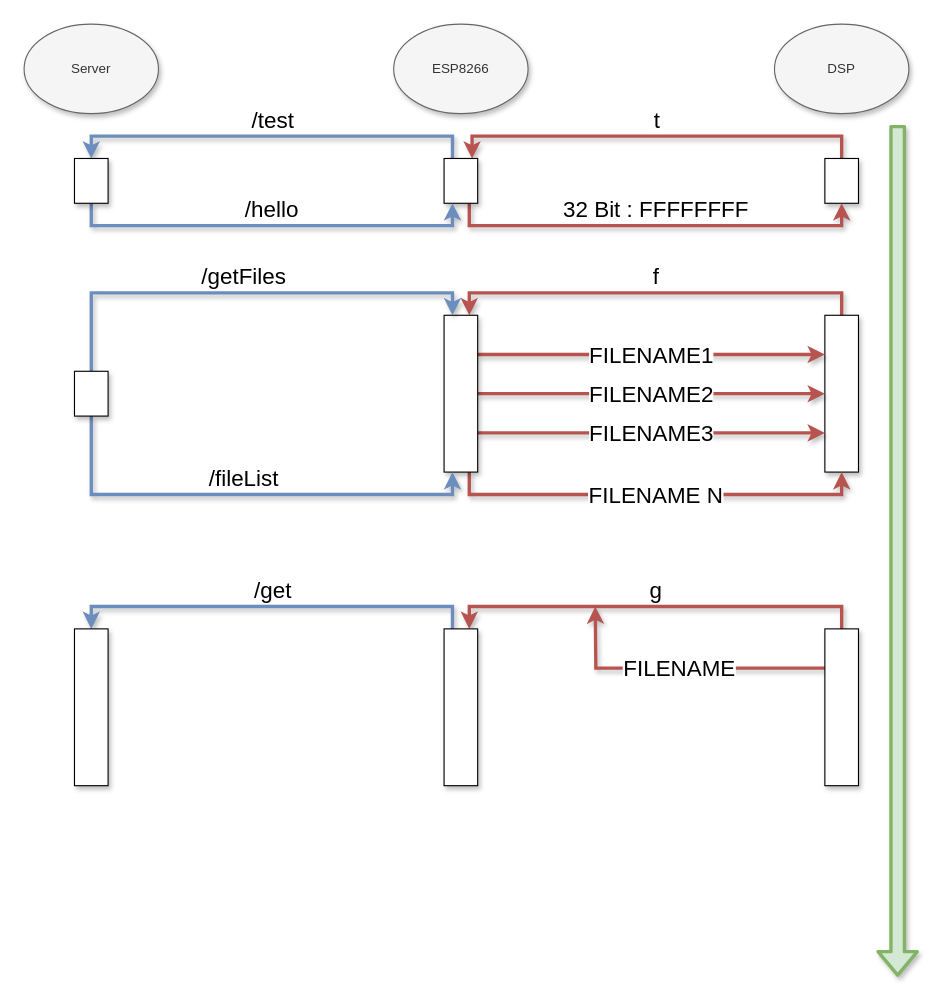
Before: OSC.drawio in BadGitZ/Wav-Streaming-Player, a draw.io diagram. Source tidied: cells renumbered, new cells numbered last; positions are measured from the earlier drawing's top-left corner, leaving out a move shared by most shapes. Both pictures are drawn from the tidied source at 112%, with x=0, y=0 at pixel (24, 24).
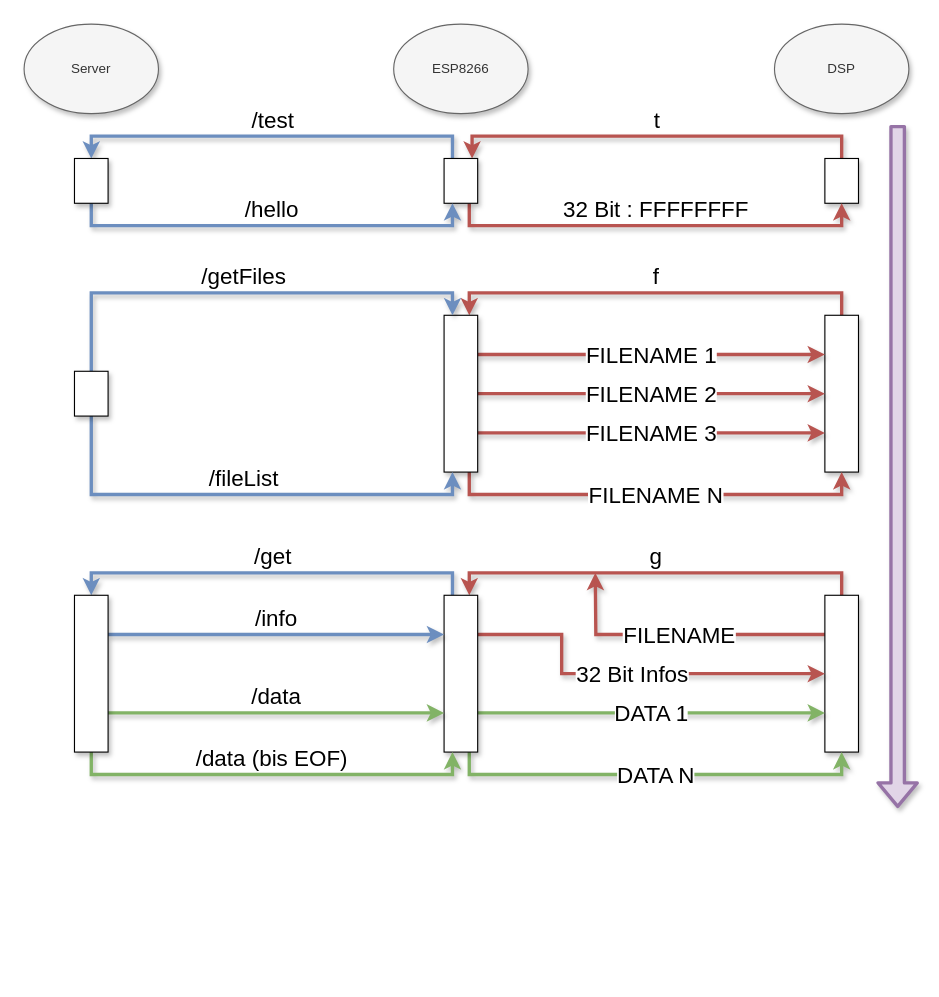
The same diagram, later.

Unchanged cells that the change refers to:
```xml
<mxCell id="13" style="rounded=0;whiteSpace=wrap;html=1;shadow=1;" parent="1" vertex="1">
  <mxGeometry x="715" y="260" width="30" height="140" as="geometry" />
</mxCell>
<mxCell id="18" style="rounded=0;whiteSpace=wrap;html=1;shadow=1;" parent="1" vertex="1">
  <mxGeometry x="375" y="260" width="30" height="140" as="geometry" />
</mxCell>
```

What changed in the source:
```diff
@@
-    <mxCell id="14" value="FILENAME1" style="edgeStyle=orthogonalEdgeStyle;rounded=0;jettySize=auto;html=1;exitX=1;exitY=0.25;exitDx=0;exitDy=0;entryX=0;entryY=0.25;entryDx=0;entryDy=0;shadow=1;strokeWidth=3;fontSize=20;fillColor=#f8cecc;strokeColor=#b85450;" parent="1" edge="1" source="18" target="13">
+    <mxCell id="14" value="FILENAME 1" style="edgeStyle=orthogonalEdgeStyle;rounded=0;jettySize=auto;html=1;exitX=1;exitY=0.25;exitDx=0;exitDy=0;entryX=0;entryY=0.25;entryDx=0;entryDy=0;shadow=1;strokeWidth=3;fontSize=20;fillColor=#f8cecc;strokeColor=#b85450;" parent="1" edge="1" source="18" target="13">
       <mxGeometry relative="1" as="geometry" />
     </mxCell>
-    <mxCell id="15" value="FILENAME2" style="edgeStyle=orthogonalEdgeStyle;rounded=0;jettySize=auto;html=1;exitX=1;exitY=0.5;exitDx=0;exitDy=0;entryX=0;entryY=0.5;entryDx=0;entryDy=0;shadow=1;strokeWidth=3;fontSize=20;fillColor=#f8cecc;strokeColor=#b85450;" parent="1" edge="1" source="18" target="13">
+    <mxCell id="15" value="FILENAME 2" style="edgeStyle=orthogonalEdgeStyle;rounded=0;jettySize=auto;html=1;exitX=1;exitY=0.5;exitDx=0;exitDy=0;entryX=0;entryY=0.5;entryDx=0;entryDy=0;shadow=1;strokeWidth=3;fontSize=20;fillColor=#f8cecc;strokeColor=#b85450;" parent="1" edge="1" source="18" target="13">
       <mxGeometry relative="1" as="geometry" />
     </mxCell>
-    <mxCell id="16" value="FILENAME3" style="edgeStyle=orthogonalEdgeStyle;rounded=0;jettySize=auto;html=1;exitX=1;exitY=0.75;exitDx=0;exitDy=0;entryX=0;entryY=0.75;entryDx=0;entryDy=0;shadow=1;strokeWidth=3;fontSize=20;fillColor=#f8cecc;strokeColor=#b85450;" parent="1" edge="1" source="18" target="13">
+    <mxCell id="16" value="FILENAME 3" style="edgeStyle=orthogonalEdgeStyle;rounded=0;jettySize=auto;html=1;exitX=1;exitY=0.75;exitDx=0;exitDy=0;entryX=0;entryY=0.75;entryDx=0;entryDy=0;shadow=1;strokeWidth=3;fontSize=20;fillColor=#f8cecc;strokeColor=#b85450;" parent="1" edge="1" source="18" target="13">
       <mxGeometry relative="1" as="geometry" />
     </mxCell>
@@
-    <mxCell id="22" style="shape=flexArrow;endArrow=classic;html=1;shadow=1;strokeWidth=3;fontSize=20;fillColor=#d5e8d4;strokeColor=#82b366;" parent="1" edge="1">
+    <mxCell id="22" style="shape=flexArrow;endArrow=classic;html=1;shadow=1;strokeWidth=3;fontSize=20;fillColor=#e1d5e7;strokeColor=#9673a6;" parent="1" edge="1">
       <mxGeometry relative="1" as="geometry">
         <mxPoint x="780" y="90" as="sourcePoint" />
-        <mxPoint x="780" y="850.7" as="targetPoint" />
+        <mxPoint x="780" y="700" as="targetPoint" />
       </mxGeometry>
     </mxCell>
     <mxCell id="23" value="g" style="edgeStyle=orthogonalEdgeStyle;rounded=0;jettySize=auto;html=1;exitX=0.5;exitY=0;exitDx=0;exitDy=0;entryX=0.75;entryY=0;entryDx=0;entryDy=0;shadow=1;strokeWidth=3;fontSize=20;fillColor=#f8cecc;strokeColor=#b85450;labelPosition=center;verticalLabelPosition=top;align=center;verticalAlign=bottom;" parent="1" edge="1" source="25" target="27">
-      <mxGeometry relative="1" as="geometry" />
+      <mxGeometry relative="1" as="geometry">
+        <Array as="points">
+          <mxPoint x="730" y="490" />
+          <mxPoint x="398" y="490" />
+        </Array>
+      </mxGeometry>
     </mxCell>
     <mxCell id="24" value="FILENAME" style="edgeStyle=orthogonalEdgeStyle;rounded=0;jettySize=auto;html=1;exitX=0;exitY=0.25;exitDx=0;exitDy=0;shadow=1;strokeWidth=3;fontSize=20;fillColor=#f8cecc;strokeColor=#b85450;" parent="1" edge="1" source="25">
       <mxGeometry relative="1" as="geometry">
-        <mxPoint x="510" y="520" as="targetPoint" />
+        <mxPoint x="510" y="490" as="targetPoint" />
       </mxGeometry>
     </mxCell>
     <mxCell id="25" style="rounded=0;whiteSpace=wrap;html=1;shadow=1;" parent="1" vertex="1">
-      <mxGeometry x="715" y="540" width="30" height="140" as="geometry" />
+      <mxGeometry x="715" y="510" width="30" height="140" as="geometry" />
     </mxCell>
@@
+    <mxCell id="29" value="32 Bit Infos" style="edgeStyle=orthogonalEdgeStyle;rounded=0;jettySize=auto;html=1;exitX=1;exitY=0.25;exitDx=0;exitDy=0;shadow=1;strokeWidth=3;fontSize=20;fillColor=#f8cecc;strokeColor=#b85450;" parent="1" edge="1" source="27" target="25">
+      <mxGeometry relative="1" as="geometry">
+        <Array as="points">
+          <mxPoint x="480" y="545" />
+          <mxPoint x="480" y="580" />
+        </Array>
+      </mxGeometry>
+    </mxCell>
+    <mxCell id="30" value="DATA 1" style="edgeStyle=orthogonalEdgeStyle;rounded=0;jettySize=auto;html=1;exitX=1;exitY=0.75;exitDx=0;exitDy=0;entryX=0;entryY=0.75;entryDx=0;entryDy=0;shadow=1;strokeWidth=3;fontSize=20;fillColor=#d5e8d4;strokeColor=#82b366;" parent="1" edge="1" source="27" target="25">
+      <mxGeometry relative="1" as="geometry" />
+    </mxCell>
+    <mxCell id="31" value="DATA N" style="edgeStyle=orthogonalEdgeStyle;rounded=0;jettySize=auto;html=1;exitX=0.75;exitY=1;exitDx=0;exitDy=0;entryX=0.5;entryY=1;entryDx=0;entryDy=0;shadow=1;strokeWidth=3;fontSize=20;fillColor=#d5e8d4;strokeColor=#82b366;" parent="1" edge="1" source="27" target="25">
+      <mxGeometry relative="1" as="geometry" />
+    </mxCell>
     <mxCell id="27" style="rounded=0;whiteSpace=wrap;html=1;shadow=1;" parent="1" vertex="1">
-      <mxGeometry x="375" y="540" width="30" height="140" as="geometry" />
+      <mxGeometry x="375" y="510" width="30" height="140" as="geometry" />
     </mxCell>
+    <mxCell id="32" value="/info" style="edgeStyle=orthogonalEdgeStyle;rounded=0;jettySize=auto;html=1;exitX=1;exitY=0.25;exitDx=0;exitDy=0;entryX=0;entryY=0.25;entryDx=0;entryDy=0;shadow=1;strokeWidth=3;fontSize=20;fillColor=#dae8fc;strokeColor=#6c8ebf;labelPosition=center;verticalLabelPosition=top;align=center;verticalAlign=bottom;" parent="1" edge="1" source="28" target="27">
+      <mxGeometry relative="1" as="geometry" />
+    </mxCell>
+    <mxCell id="33" value="/data" style="edgeStyle=orthogonalEdgeStyle;rounded=0;jettySize=auto;html=1;exitX=1;exitY=0.75;exitDx=0;exitDy=0;entryX=0;entryY=0.75;entryDx=0;entryDy=0;shadow=1;strokeWidth=3;fontSize=20;fillColor=#d5e8d4;strokeColor=#82b366;labelPosition=center;verticalLabelPosition=top;align=center;verticalAlign=bottom;" parent="1" edge="1" source="28" target="27">
+      <mxGeometry relative="1" as="geometry" />
+    </mxCell>
+    <mxCell id="34" value="/data (bis EOF)" style="edgeStyle=orthogonalEdgeStyle;rounded=0;jettySize=auto;html=1;exitX=0.5;exitY=1;exitDx=0;exitDy=0;entryX=0.25;entryY=1;entryDx=0;entryDy=0;shadow=1;strokeWidth=3;fontSize=20;fillColor=#d5e8d4;strokeColor=#82b366;labelPosition=center;verticalLabelPosition=top;align=center;verticalAlign=bottom;" parent="1" edge="1" source="28" target="27">
+      <mxGeometry relative="1" as="geometry" />
+    </mxCell>
     <mxCell id="28" style="rounded=0;whiteSpace=wrap;html=1;shadow=1;" parent="1" vertex="1">
-      <mxGeometry x="45" y="540" width="30" height="140" as="geometry" />
+      <mxGeometry x="45" y="510" width="30" height="140" as="geometry" />
     </mxCell>
```
